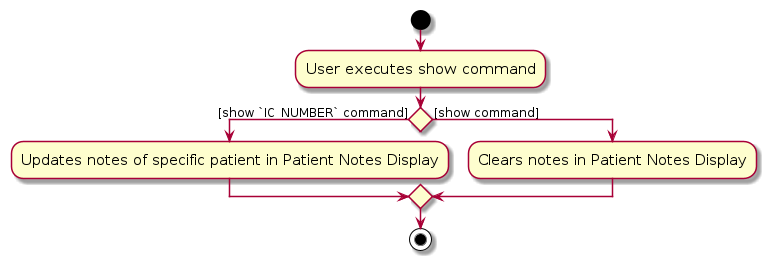
Before: diagrams/ShowCommandActivityDiagram.png, a diagram exported from PlantUML (AY2324S2-CS2103T-F14-2/tp). Its source is kept beside it as diagrams/ShowCommandActivityDiagram.puml.
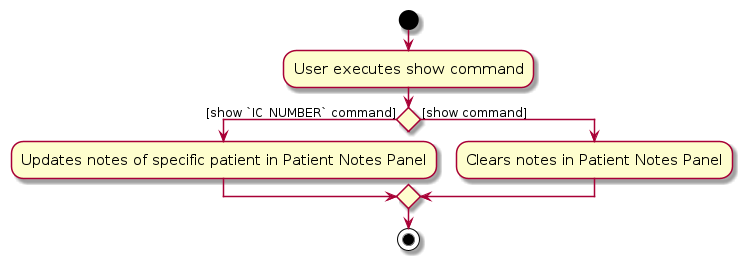
The same file after the commit.

Diff of the diagram source:
```diff
@@ -7,9 +7,9 @@
 
 
 if () then ([show `IC_NUMBER` command])
-    :Updates notes of specific patient in Patient Notes Display;
+    :Updates notes of specific patient in Patient Notes Panel;
 else ([show command])
-    :Clears notes in Patient Notes Display;
+    :Clears notes in Patient Notes Panel;
 
 endif
 stop
```
